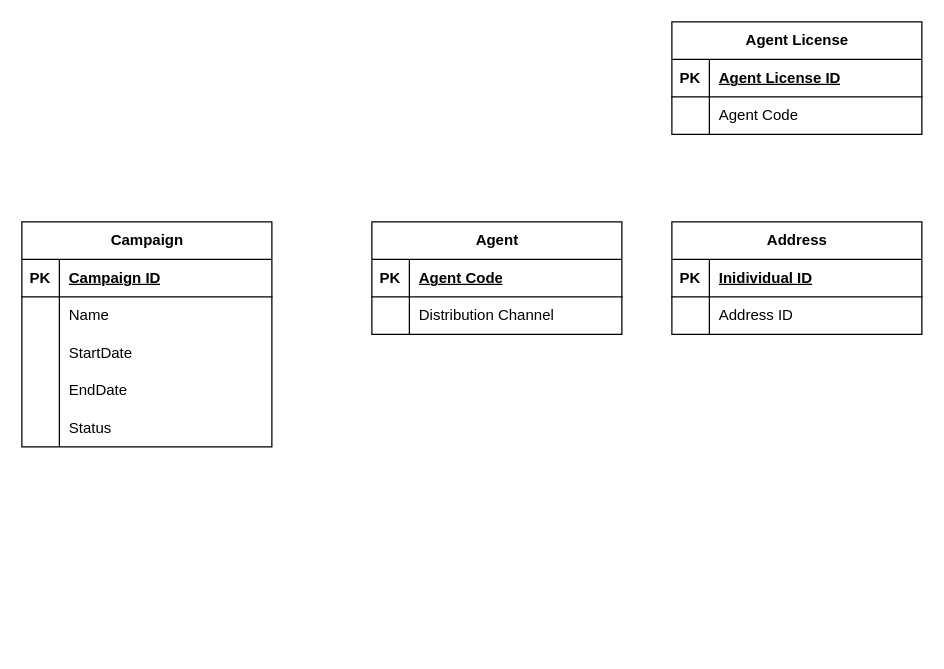
Earlier version of the draw.io diagram CEP_logic_map.drawio (EpicM97/EpicM). Source tidied: cells renumbered, new cells numbered last; positions are measured from the earlier drawing's top-left corner, leaving out a move shared by most shapes. Both pictures are drawn from the tidied source at 125%, with x=0, y=0 at pixel (21, 21).
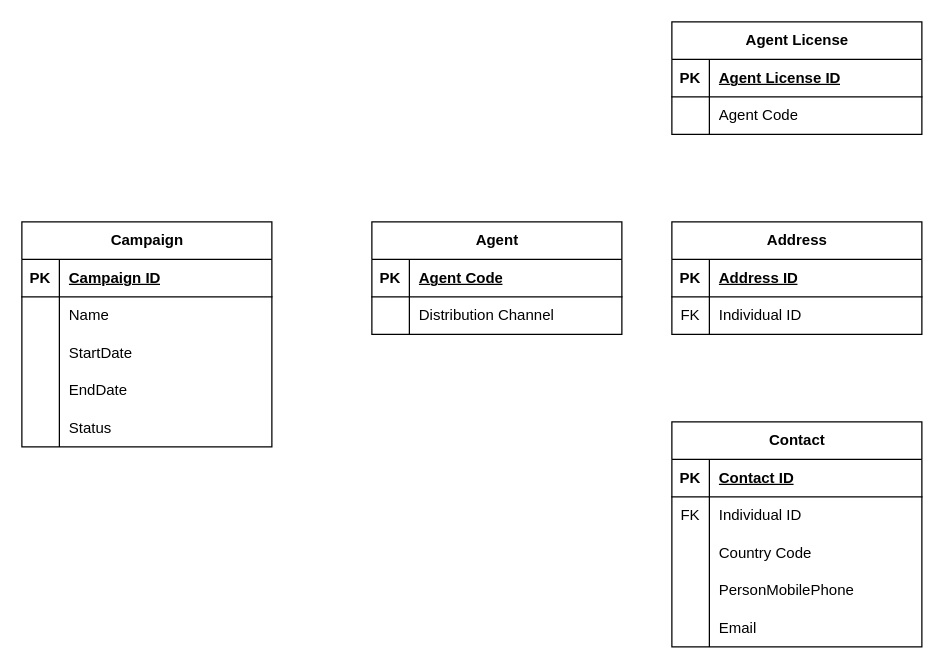
After the change.

Unchanged cells that the change refers to:
```xml
<mxCell id="10" style="shape=tableRow;horizontal=0;startSize=0;swimlaneHead=0;swimlaneBody=0;fillColor=none;top=0;left=0;right=0;bottom=1;" parent="9" vertex="1">
  <mxGeometry y="30" width="200" height="30" as="geometry" />
</mxCell>
<mxCell id="13" style="shape=tableRow;horizontal=0;startSize=0;swimlaneHead=0;swimlaneBody=0;fillColor=none;top=0;left=0;right=0;bottom=0;" parent="9" vertex="1">
  <mxGeometry y="60" width="200" height="30" as="geometry" />
</mxCell>
```

Diff of the diagram source:
```diff
@@
-    <mxCell id="12" value="Inidividual ID" style="shape=partialRectangle;fillColor=none;top=0;left=0;bottom=0;right=0;align=left;spacingLeft=6;fontStyle=5;overflow=hidden;whiteSpace=wrap;html=1;" parent="10" vertex="1">
+    <mxCell id="12" value="Address ID" style="shape=partialRectangle;fillColor=none;top=0;left=0;bottom=0;right=0;align=left;spacingLeft=6;fontStyle=5;overflow=hidden;whiteSpace=wrap;html=1;" parent="10" vertex="1">
       <mxGeometry x="30" width="170" height="30" as="geometry" />
     </mxCell>
@@
-    <mxCell id="14" style="shape=partialRectangle;fillColor=none;top=0;left=0;bottom=0;right=0;overflow=hidden;whiteSpace=wrap;html=1;" parent="13" vertex="1">
+    <mxCell id="14" value="FK" style="shape=partialRectangle;fillColor=none;top=0;left=0;bottom=0;right=0;overflow=hidden;whiteSpace=wrap;html=1;" parent="13" vertex="1">
       <mxGeometry width="30" height="30" as="geometry" />
     </mxCell>
-    <mxCell id="15" value="Address ID" style="shape=partialRectangle;fillColor=none;top=0;left=0;bottom=0;right=0;align=left;spacingLeft=6;overflow=hidden;whiteSpace=wrap;html=1;" parent="13" vertex="1">
+    <mxCell id="15" value="Individual ID" style="shape=partialRectangle;fillColor=none;top=0;left=0;bottom=0;right=0;align=left;spacingLeft=6;overflow=hidden;whiteSpace=wrap;html=1;" parent="13" vertex="1">
       <mxGeometry x="30" width="170" height="30" as="geometry" />
     </mxCell>
@@
+    <mxCell id="39" value="Contact" style="shape=table;startSize=30;childLayout=tableLayout;rowLines=0;fontStyle=1;align=center;html=1;" parent="1" vertex="1">
+      <mxGeometry x="520" y="320" width="200" height="180" as="geometry" />
+    </mxCell>
+    <mxCell id="40" style="shape=tableRow;horizontal=0;startSize=0;swimlaneHead=0;swimlaneBody=0;fillColor=none;top=0;left=0;right=0;bottom=1;" parent="39" vertex="1">
+      <mxGeometry y="30" width="200" height="30" as="geometry" />
+    </mxCell>
+    <mxCell id="41" value="PK" style="shape=partialRectangle;fillColor=none;top=0;left=0;bottom=0;right=0;fontStyle=1;overflow=hidden;whiteSpace=wrap;html=1;" parent="40" vertex="1">
+      <mxGeometry width="30" height="30" as="geometry" />
+    </mxCell>
+    <mxCell id="42" value="Contact ID" style="shape=partialRectangle;fillColor=none;top=0;left=0;bottom=0;right=0;align=left;spacingLeft=6;fontStyle=5;overflow=hidden;whiteSpace=wrap;html=1;" parent="40" vertex="1">
+      <mxGeometry x="30" width="170" height="30" as="geometry" />
+    </mxCell>
+    <mxCell id="43" style="shape=tableRow;horizontal=0;startSize=0;swimlaneHead=0;swimlaneBody=0;fillColor=none;top=0;left=0;right=0;bottom=0;" parent="39" vertex="1">
+      <mxGeometry y="60" width="200" height="30" as="geometry" />
+    </mxCell>
+    <mxCell id="44" value="FK" style="shape=partialRectangle;fillColor=none;top=0;left=0;bottom=0;right=0;overflow=hidden;whiteSpace=wrap;html=1;" parent="43" vertex="1">
+      <mxGeometry width="30" height="30" as="geometry" />
+    </mxCell>
+    <mxCell id="45" value="Individual ID" style="shape=partialRectangle;fillColor=none;top=0;left=0;bottom=0;right=0;align=left;spacingLeft=6;overflow=hidden;whiteSpace=wrap;html=1;" parent="43" vertex="1">
+      <mxGeometry x="30" width="170" height="30" as="geometry" />
+    </mxCell>
+    <mxCell id="46" style="shape=tableRow;horizontal=0;startSize=0;swimlaneHead=0;swimlaneBody=0;fillColor=none;top=0;left=0;right=0;bottom=0;" parent="39" vertex="1">
+      <mxGeometry y="90" width="200" height="30" as="geometry" />
+    </mxCell>
+    <mxCell id="47" style="shape=partialRectangle;fillColor=none;top=0;left=0;bottom=0;right=0;overflow=hidden;whiteSpace=wrap;html=1;" parent="46" vertex="1">
+      <mxGeometry width="30" height="30" as="geometry" />
+    </mxCell>
+    <mxCell id="48" value="Country C&lt;span style=&quot;background-color: initial;&quot;&gt;ode&lt;/span&gt;" style="shape=partialRectangle;fillColor=none;top=0;left=0;bottom=0;right=0;align=left;spacingLeft=6;overflow=hidden;whiteSpace=wrap;html=1;" parent="46" vertex="1">
+      <mxGeometry x="30" width="170" height="30" as="geometry" />
+    </mxCell>
+    <mxCell id="49" style="shape=tableRow;horizontal=0;startSize=0;swimlaneHead=0;swimlaneBody=0;fillColor=none;top=0;left=0;right=0;bottom=0;" parent="39" vertex="1">
+      <mxGeometry y="120" width="200" height="30" as="geometry" />
+    </mxCell>
+    <mxCell id="50" style="shape=partialRectangle;fillColor=none;top=0;left=0;bottom=0;right=0;overflow=hidden;whiteSpace=wrap;html=1;" parent="49" vertex="1">
+      <mxGeometry width="30" height="30" as="geometry" />
+    </mxCell>
+    <mxCell id="51" value="PersonMobilePhone" style="shape=partialRectangle;fillColor=none;top=0;left=0;bottom=0;right=0;align=left;spacingLeft=6;overflow=hidden;whiteSpace=wrap;html=1;" parent="49" vertex="1">
+      <mxGeometry x="30" width="170" height="30" as="geometry" />
+    </mxCell>
+    <mxCell id="52" style="shape=tableRow;horizontal=0;startSize=0;swimlaneHead=0;swimlaneBody=0;fillColor=none;top=0;left=0;right=0;bottom=0;" parent="39" vertex="1">
+      <mxGeometry y="150" width="200" height="30" as="geometry" />
+    </mxCell>
+    <mxCell id="53" style="shape=partialRectangle;fillColor=none;top=0;left=0;bottom=0;right=0;overflow=hidden;whiteSpace=wrap;html=1;" parent="52" vertex="1">
+      <mxGeometry width="30" height="30" as="geometry" />
+    </mxCell>
+    <mxCell id="54" value="Email" style="shape=partialRectangle;fillColor=none;top=0;left=0;bottom=0;right=0;align=left;spacingLeft=6;overflow=hidden;whiteSpace=wrap;html=1;" parent="52" vertex="1">
+      <mxGeometry x="30" width="170" height="30" as="geometry" />
+    </mxCell>
```
